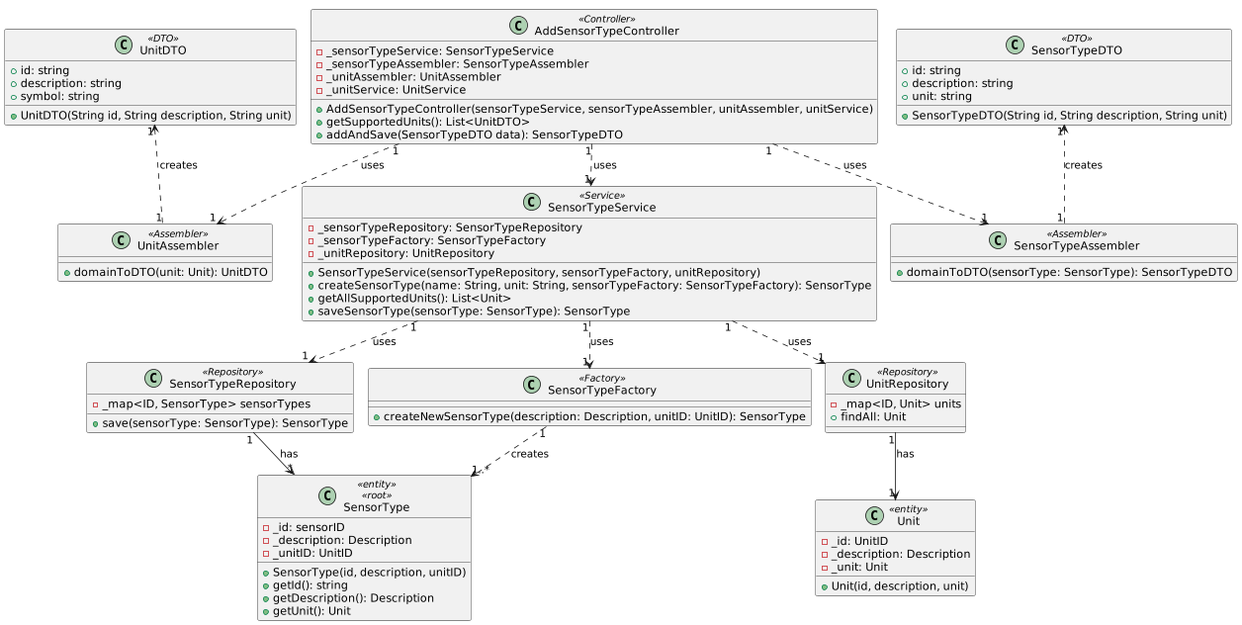
Above: docs/userStories/us04/artifacts/US04CD.png in olivDiogo/SmartHome (PlantUML), before the change.
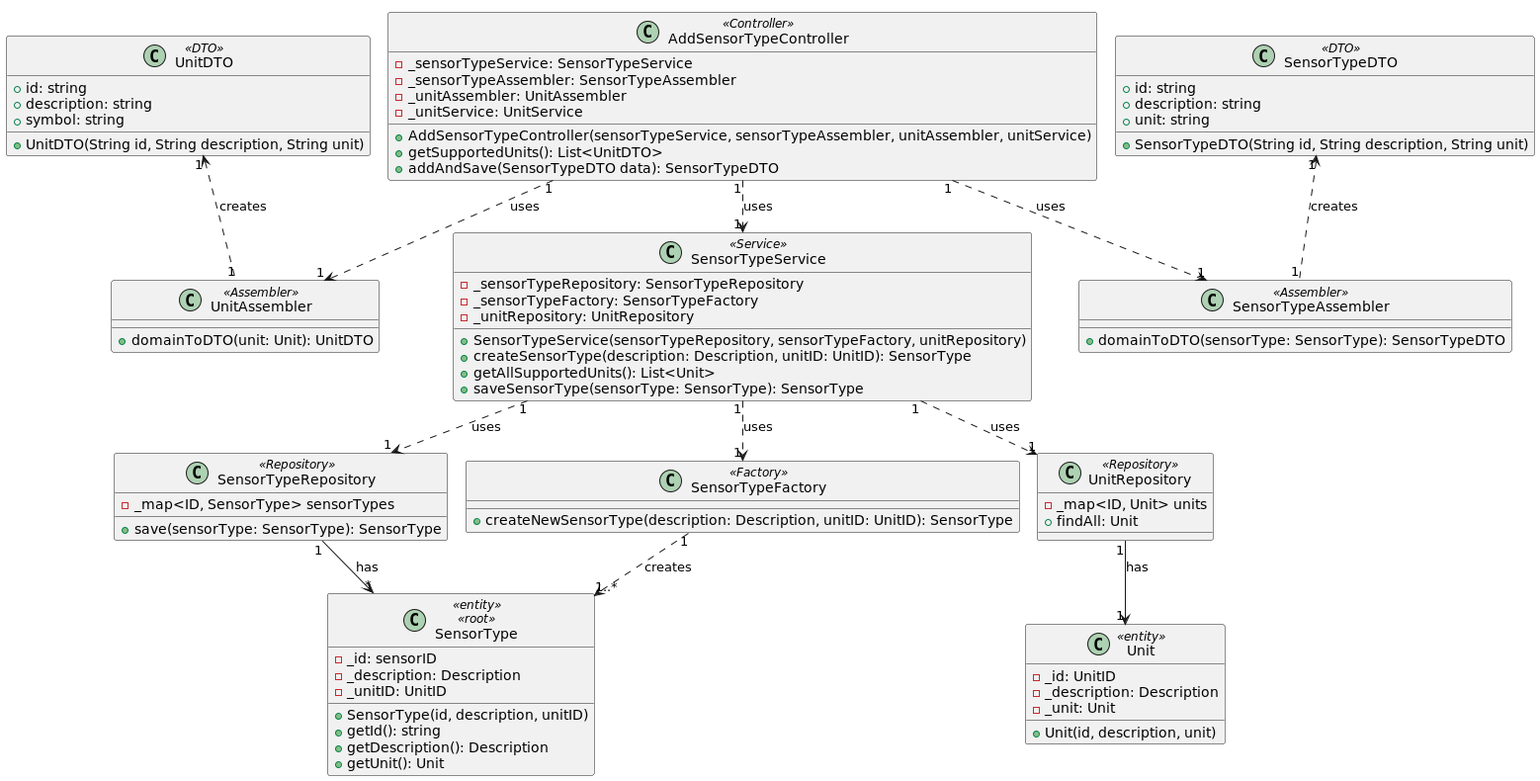
The same file after the commit.

Change to the diagram source:
```diff
@@ -24,7 +24,7 @@
     - _sensorTypeFactory: SensorTypeFactory
     - _unitRepository: UnitRepository
   + SensorTypeService(sensorTypeRepository, sensorTypeFactory, unitRepository)
-  + createSensorType(name: String, unit: String, sensorTypeFactory: SensorTypeFactory): SensorType
+  + createSensorType(description: Description, unitID: UnitID): SensorType
   + getAllSupportedUnits(): List<Unit>
   + saveSensorType(sensorType: SensorType): SensorType
   }
```
